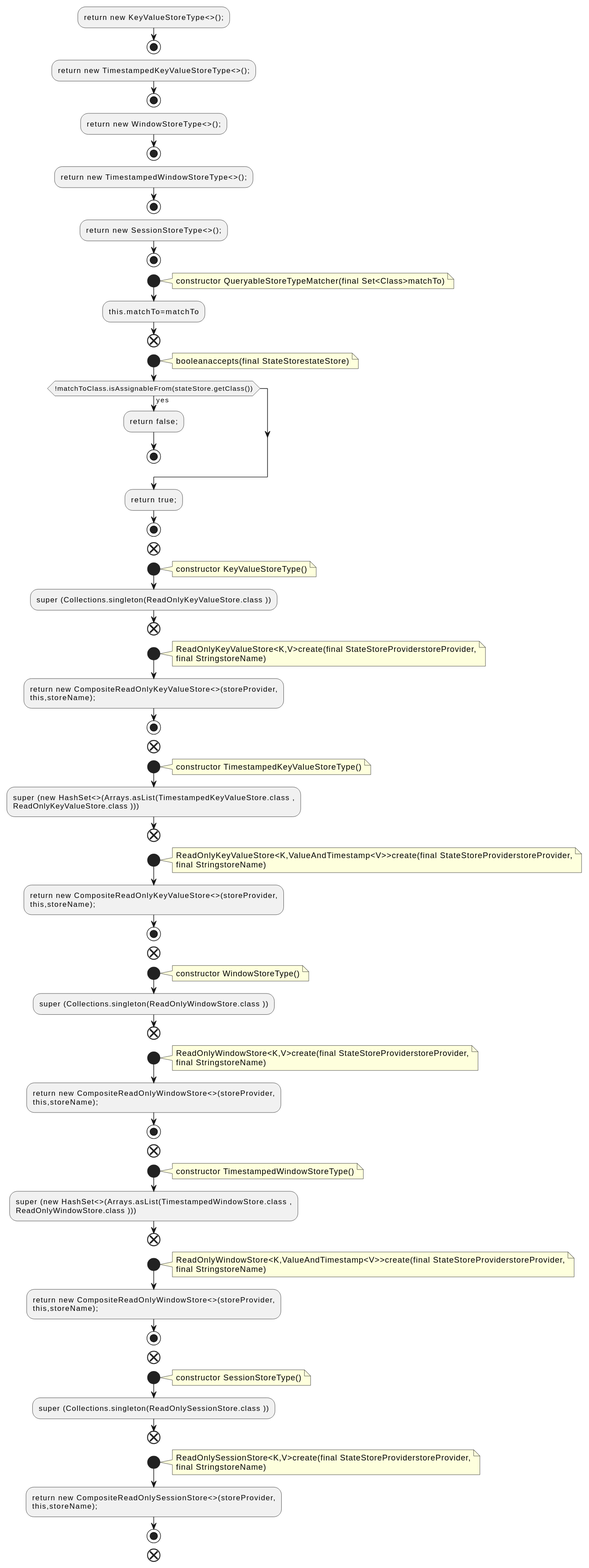
This is docs/qc/streams/src/main/java/org/apache/kafka/streams/state/QueryableStoreTypes.java.fct.svg from qualitesys/kafka, a PlantUML export, as it was before one commit.
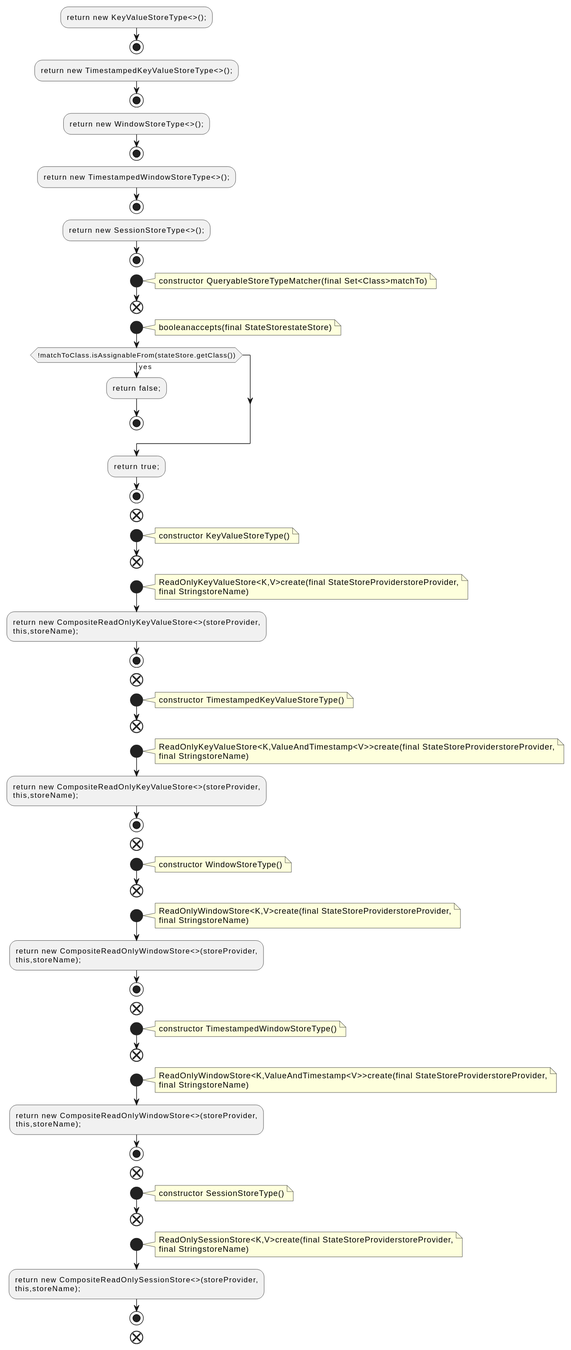
The same diagram one commit later.

Change to the diagram source:
```diff
@@ -14,7 +14,6 @@
 note right
 constructor QueryableStoreTypeMatcher(final Set<Class>matchTo)
 end note
-:this.matchTo=matchTo;
 end
 start
 note right
@@ -31,7 +30,6 @@
 note right
 constructor KeyValueStoreType()
 end note
-:super (Collections.singleton(ReadOnlyKeyValueStore.class ));
 end
 start
 note right
@@ -46,8 +44,6 @@
 note right
 constructor TimestampedKeyValueStoreType()
 end note
-:super (new HashSet<>(Arrays.asList(TimestampedKeyValueStore.class ,
-ReadOnlyKeyValueStore.class )));
 end
 start
 note right
@@ -62,7 +58,6 @@
 note right
 constructor WindowStoreType()
 end note
-:super (Collections.singleton(ReadOnlyWindowStore.class ));
 end
 start
 note right
@@ -77,8 +72,6 @@
 note right
 constructor TimestampedWindowStoreType()
 end note
-:super (new HashSet<>(Arrays.asList(TimestampedWindowStore.class ,
-ReadOnlyWindowStore.class )));
 end
 start
 note right
@@ -93,7 +86,6 @@
 note right
 constructor SessionStoreType()
 end note
-:super (Collections.singleton(ReadOnlySessionStore.class ));
 end
 start
 note right
```
